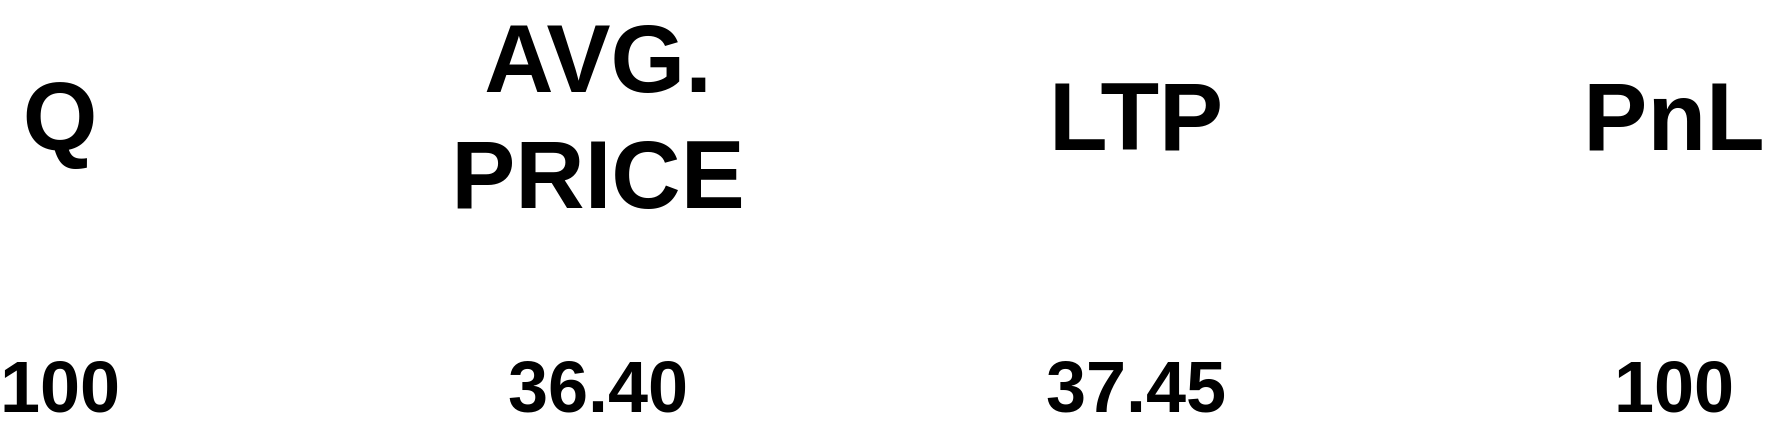
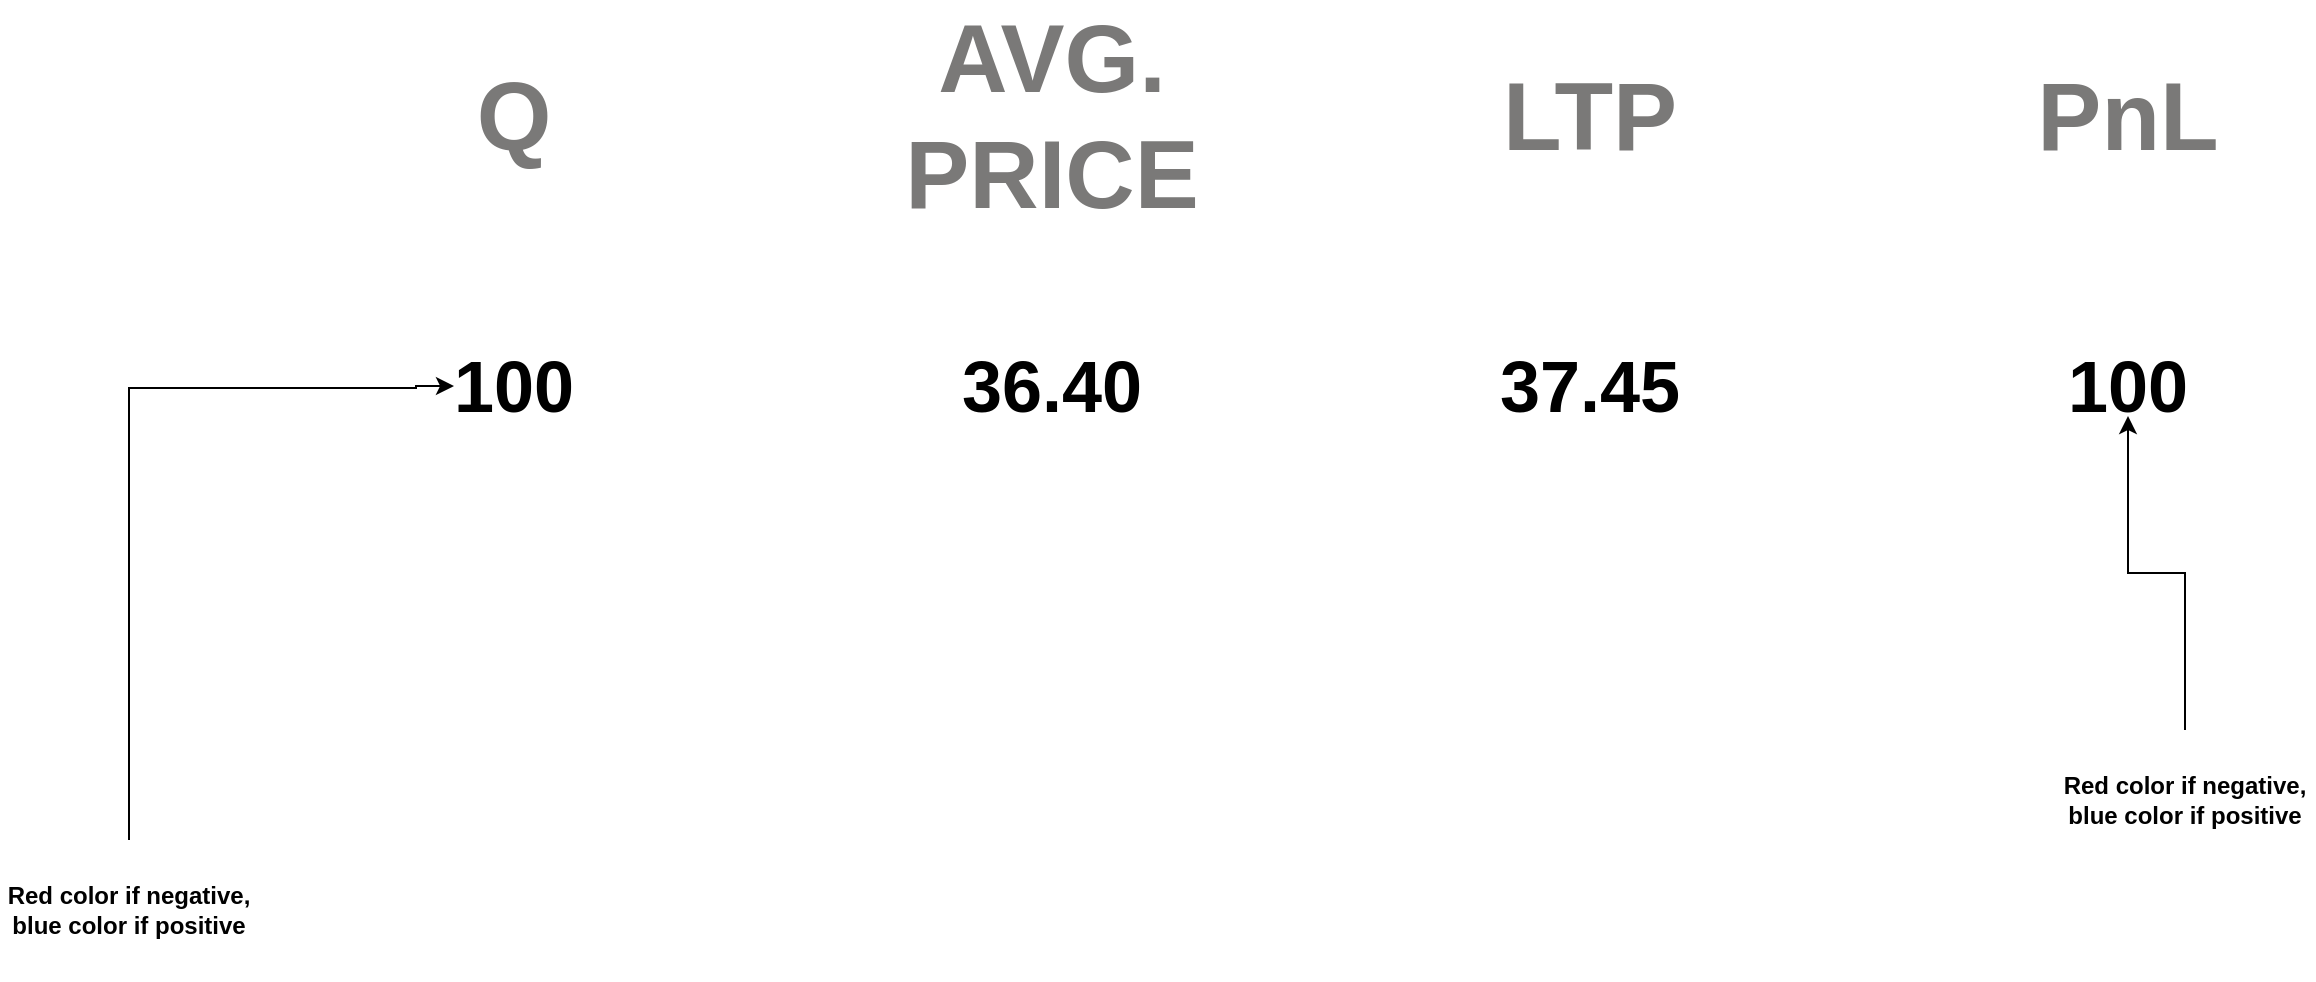
<mxfile host="app.diagrams.net">
  <diagram name="Page-1" id="5MV4RERJIjpIYta4IkZD">
-     <mxGraphModel dx="1995" dy="1043" grid="0" gridSize="10" guides="1" tooltips="1" connect="1" arrows="1" fold="1" page="0" pageScale="1" pageWidth="402" pageHeight="874" math="0" shadow="0">
+     <mxGraphModel dx="2140" dy="1138" grid="0" gridSize="10" guides="1" tooltips="1" connect="1" arrows="1" fold="1" page="0" pageScale="1" pageWidth="402" pageHeight="874" math="0" shadow="0">
      <root>
        <mxCell id="0" />
        <mxCell id="1" parent="0" />
-         <mxCell id="iMmVTYed4h1aN_pzg3ix-1" parent="1" style="text;html=1;whiteSpace=wrap;strokeColor=none;fillColor=none;align=center;verticalAlign=middle;rounded=0;fontStyle=1;fontSize=48;" value="Q" vertex="1">
+         <mxCell id="iMmVTYed4h1aN_pzg3ix-1" parent="1" style="text;html=1;whiteSpace=wrap;strokeColor=none;fillColor=none;align=center;verticalAlign=middle;rounded=0;fontStyle=1;fontSize=48;fontColor=light-dark(#7a7978, #ededed);" value="Q" vertex="1">
          <mxGeometry height="59" width="60" x="-120" y="61" as="geometry" />
        </mxCell>
-         <mxCell id="iMmVTYed4h1aN_pzg3ix-2" parent="1" style="text;html=1;whiteSpace=wrap;strokeColor=none;fillColor=none;align=center;verticalAlign=middle;rounded=0;fontStyle=1;fontSize=48;" value="AVG. PRICE" vertex="1">
+         <mxCell id="iMmVTYed4h1aN_pzg3ix-2" parent="1" style="text;html=1;whiteSpace=wrap;strokeColor=none;fillColor=none;align=center;verticalAlign=middle;rounded=0;fontStyle=1;fontSize=48;fontColor=light-dark(#7a7978, #ededed);" value="AVG. PRICE" vertex="1">
          <mxGeometry height="59" width="60" x="149" y="61" as="geometry" />
        </mxCell>
-         <mxCell id="iMmVTYed4h1aN_pzg3ix-3" parent="1" style="text;html=1;whiteSpace=wrap;strokeColor=none;fillColor=none;align=center;verticalAlign=middle;rounded=0;fontStyle=1;fontSize=48;" value="LTP" vertex="1">
+         <mxCell id="iMmVTYed4h1aN_pzg3ix-3" parent="1" style="text;html=1;whiteSpace=wrap;strokeColor=none;fillColor=none;align=center;verticalAlign=middle;rounded=0;fontStyle=1;fontSize=48;fontColor=light-dark(#7a7978, #ededed);" value="LTP" vertex="1">
          <mxGeometry height="59" width="60" x="418" y="61" as="geometry" />
        </mxCell>
-         <mxCell id="iMmVTYed4h1aN_pzg3ix-4" parent="1" style="text;html=1;whiteSpace=wrap;strokeColor=none;fillColor=none;align=center;verticalAlign=middle;rounded=0;fontStyle=1;fontSize=48;" value="PnL" vertex="1">
+         <mxCell id="iMmVTYed4h1aN_pzg3ix-4" parent="1" style="text;html=1;whiteSpace=wrap;strokeColor=none;fillColor=none;align=center;verticalAlign=middle;rounded=0;fontStyle=1;fontSize=48;fontColor=light-dark(#7a7978, #ededed);" value="PnL" vertex="1">
          <mxGeometry height="59" width="60" x="687" y="61" as="geometry" />
        </mxCell>
        <mxCell id="iMmVTYed4h1aN_pzg3ix-5" parent="1" style="text;html=1;whiteSpace=wrap;strokeColor=none;fillColor=none;align=center;verticalAlign=middle;rounded=0;fontSize=36;fontStyle=1" value="100" vertex="1">
          <mxGeometry height="30" width="60" x="-120" y="211" as="geometry" />
        </mxCell>
        <mxCell id="iMmVTYed4h1aN_pzg3ix-6" parent="1" style="text;html=1;whiteSpace=wrap;strokeColor=none;fillColor=none;align=center;verticalAlign=middle;rounded=0;fontSize=36;fontStyle=1" value="36.40" vertex="1">
          <mxGeometry height="30" width="60" x="149" y="211" as="geometry" />
        </mxCell>
        <mxCell id="iMmVTYed4h1aN_pzg3ix-7" parent="1" style="text;html=1;whiteSpace=wrap;strokeColor=none;fillColor=none;align=center;verticalAlign=middle;rounded=0;fontSize=36;fontStyle=1" value="37.45" vertex="1">
          <mxGeometry height="30" width="60" x="418" y="211" as="geometry" />
        </mxCell>
        <mxCell id="iMmVTYed4h1aN_pzg3ix-8" parent="1" style="text;html=1;whiteSpace=wrap;strokeColor=none;fillColor=none;align=center;verticalAlign=middle;rounded=0;fontSize=36;fontStyle=1" value="100" vertex="1">
          <mxGeometry height="30" width="60" x="687" y="211" as="geometry" />
        </mxCell>
+         <mxCell id="7si3vGMUa6yKKs87A3T9-2" edge="1" parent="1" source="7si3vGMUa6yKKs87A3T9-1" style="edgeStyle=orthogonalEdgeStyle;rounded=0;orthogonalLoop=1;jettySize=auto;html=1;exitX=0.5;exitY=0;exitDx=0;exitDy=0;entryX=0;entryY=0.5;entryDx=0;entryDy=0;" target="iMmVTYed4h1aN_pzg3ix-5">
+           <mxGeometry relative="1" as="geometry">
+             <Array as="points">
+               <mxPoint x="-283" y="227" />
+               <mxPoint x="-139" y="227" />
+             </Array>
+             <mxPoint x="-139.09090909090924" y="259.27272727272725" as="targetPoint" />
+           </mxGeometry>
+         </mxCell>
+         <mxCell id="7si3vGMUa6yKKs87A3T9-1" parent="1" style="text;html=1;whiteSpace=wrap;strokeColor=none;fillColor=none;align=center;verticalAlign=middle;rounded=0;fontStyle=1" value="Red color if negative, blue color if positive" vertex="1">
+           <mxGeometry height="70" width="129" x="-347" y="453" as="geometry" />
+         </mxCell>
+         <mxCell id="7si3vGMUa6yKKs87A3T9-4" edge="1" parent="1" source="7si3vGMUa6yKKs87A3T9-3" style="edgeStyle=orthogonalEdgeStyle;rounded=0;orthogonalLoop=1;jettySize=auto;html=1;entryX=0.5;entryY=1;entryDx=0;entryDy=0;" target="iMmVTYed4h1aN_pzg3ix-8">
+           <mxGeometry relative="1" as="geometry" />
+         </mxCell>
+         <mxCell id="7si3vGMUa6yKKs87A3T9-3" parent="1" style="text;html=1;whiteSpace=wrap;strokeColor=none;fillColor=none;align=center;verticalAlign=middle;rounded=0;fontStyle=1" value="Red color if negative, blue color if positive" vertex="1">
+           <mxGeometry height="70" width="129" x="681" y="398" as="geometry" />
+         </mxCell>
      </root>
    </mxGraphModel>
  </diagram>
</mxfile>
